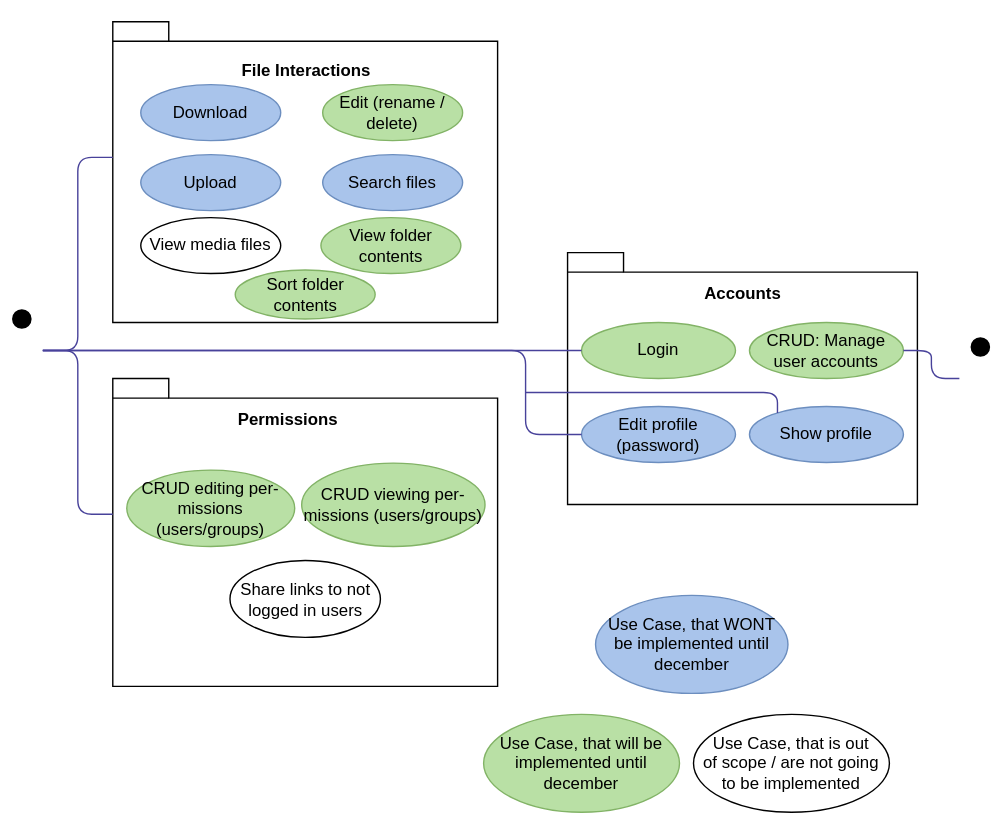
FileFighter/filefighter.github.io keeps this draw.io diagram as wiki/usecases.svg. Above is the earlier version. Source tidied: cells renumbered, new cells last; positions are measured from the earlier drawing's top-left corner, leaving out a move shared by most shapes.
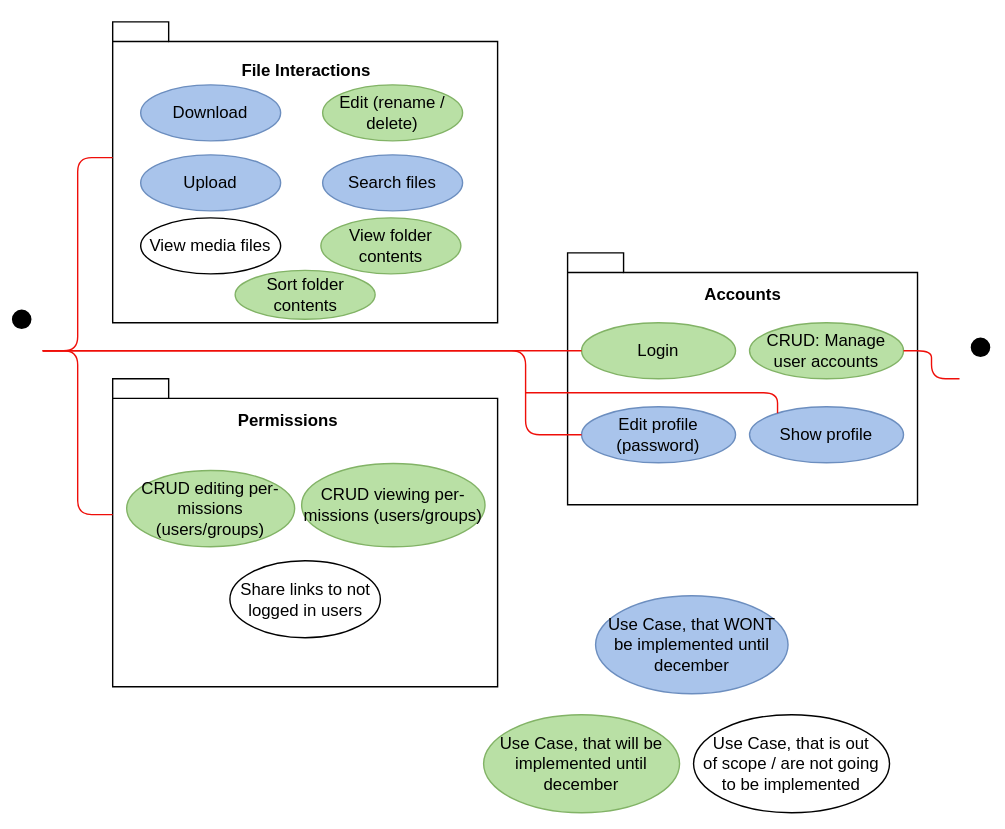
After the commit.

What changed in the source:
```diff
@@ -59,18 +59,18 @@
     <mxCell id="20" value="CRUD: Manage user accounts" style="ellipse;whiteSpace=wrap;html=1;strokeColor=#82b366;fillColor=#B9E0A5;" parent="1" vertex="1">
       <mxGeometry x="535" y="230" width="110" height="40" as="geometry" />
     </mxCell>
-    <mxCell id="21" style="endArrow=none;html=1;edgeStyle=orthogonalEdgeStyle;entryX=0;entryY=0;entryDx=0;entryDy=97;entryPerimeter=0;strokeColor=#48429A;" parent="1" edge="1" source="3" target="4">
+    <mxCell id="21" style="endArrow=none;html=1;edgeStyle=orthogonalEdgeStyle;entryX=0;entryY=0;entryDx=0;entryDy=97;entryPerimeter=0;strokeColor=#ef0e09;" parent="1" edge="1" source="3" target="4">
       <mxGeometry relative="1" as="geometry" />
     </mxCell>
-    <mxCell id="22" style="endArrow=none;html=1;edgeStyle=orthogonalEdgeStyle;entryX=0;entryY=0;entryDx=0;entryDy=97;entryPerimeter=0;strokeColor=#48429A;" parent="1" edge="1" target="6">
+    <mxCell id="22" style="endArrow=none;html=1;edgeStyle=orthogonalEdgeStyle;entryX=0;entryY=0;entryDx=0;entryDy=97;entryPerimeter=0;strokeColor=#ef0e09;" parent="1" edge="1" target="6">
       <mxGeometry relative="1" as="geometry">
         <mxPoint x="30" y="250" as="sourcePoint" />
       </mxGeometry>
     </mxCell>
-    <mxCell id="23" style="endArrow=none;html=1;edgeStyle=orthogonalEdgeStyle;strokeColor=#48429A;" parent="1" edge="1" source="3" target="17">
+    <mxCell id="23" style="endArrow=none;html=1;edgeStyle=orthogonalEdgeStyle;strokeColor=#ef0e09;" parent="1" edge="1" source="3" target="17">
       <mxGeometry relative="1" as="geometry" />
     </mxCell>
-    <mxCell id="24" style="endArrow=none;html=1;edgeStyle=orthogonalEdgeStyle;strokeColor=#48429A;" parent="1" edge="1" source="3" target="18">
+    <mxCell id="24" style="endArrow=none;html=1;edgeStyle=orthogonalEdgeStyle;strokeColor=#ef0e09;" parent="1" edge="1" source="3" target="18">
       <mxGeometry relative="1" as="geometry">
         <Array as="points">
           <mxPoint x="375" y="250" />
@@ -90,12 +90,12 @@
     <mxCell id="28" value="Use Case, that is out &lt;br&gt;of scope / are not going to be implemented" style="ellipse;whiteSpace=wrap;html=1;" parent="1" vertex="1">
       <mxGeometry x="495" y="510" width="140" height="70" as="geometry" />
     </mxCell>
-    <mxCell id="29" style="endArrow=none;html=1;edgeStyle=orthogonalEdgeStyle;strokeColor=#48429A;" parent="1" edge="1" target="20">
+    <mxCell id="29" style="endArrow=none;html=1;edgeStyle=orthogonalEdgeStyle;strokeColor=#ef0e09;" parent="1" edge="1" target="20">
       <mxGeometry relative="1" as="geometry">
         <mxPoint x="685" y="270" as="sourcePoint" />
       </mxGeometry>
     </mxCell>
-    <mxCell id="30" style="endArrow=none;html=1;edgeStyle=orthogonalEdgeStyle;strokeColor=#48429A;" parent="1" edge="1" target="19">
+    <mxCell id="30" style="endArrow=none;html=1;edgeStyle=orthogonalEdgeStyle;strokeColor=#ef0e09;" parent="1" edge="1" target="19">
       <mxGeometry relative="1" as="geometry">
         <mxPoint x="375" y="280" as="sourcePoint" />
         <Array as="points">
```
